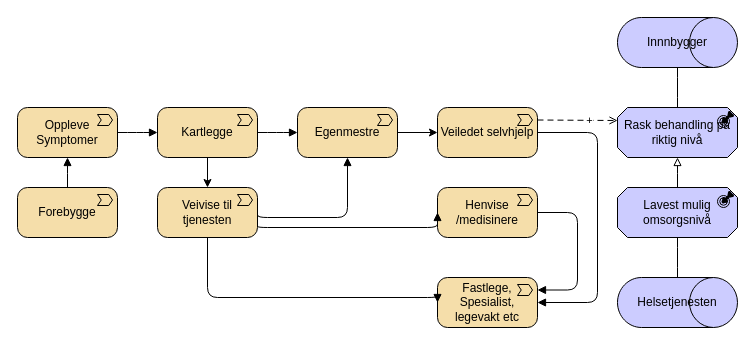
Earlier version of the draw.io diagram page "verdikjede-verdi" (3 of 3) of docs/interessent/value-chain.drawio (hdir/Digital-Forstelinje). Source tidied: cells renumbered, new cells numbered last; positions are measured from the earlier drawing's top-left corner, leaving out a move shared by most shapes. Both pictures are drawn from the tidied source at 100%, with x=0, y=0 at pixel (17, 17).
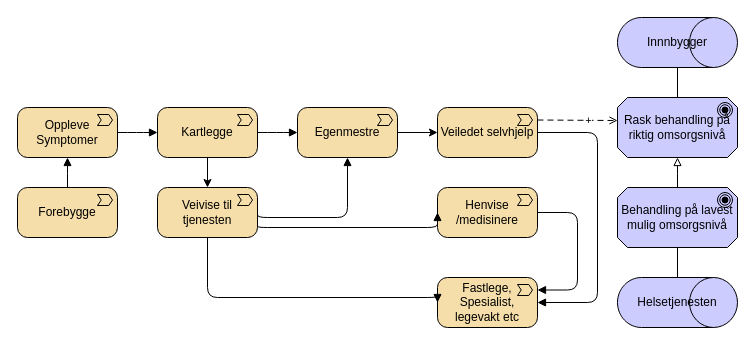
The same page after the edit.

The change refers to these unchanged cells:
```xml
<mxCell id="8" value="Veiledet selvhjelp" style="html=1;outlineConnect=0;whiteSpace=wrap;fillColor=#F5DEAA;shape=mxgraph.archimate3.application;appType=valueStream;archiType=rounded;" parent="1" vertex="1">
  <mxGeometry x="420" y="90" width="100" height="50" as="geometry" />
</mxCell>
```

What changed in the source:
```diff
@@
-    <mxCell id="20" value="Rask behandling på riktig nivå" style="html=1;outlineConnect=0;whiteSpace=wrap;fillColor=#CCCCFF;shape=mxgraph.archimate3.application;appType=outcome;archiType=oct;" parent="1" vertex="1">
-      <mxGeometry x="600" y="90" width="120" height="50" as="geometry" />
+    <mxCell id="20" value="Rask behandling på riktig omsorgsnivå" style="html=1;outlineConnect=0;whiteSpace=wrap;fillColor=#CCCCFF;shape=mxgraph.archimate3.application;appType=goal;archiType=oct;" parent="1" vertex="1">
+      <mxGeometry x="600" y="80" width="120" height="60" as="geometry" />
     </mxCell>
-    <mxCell id="21" value="Lavest mulig omsorgsnivå" style="html=1;outlineConnect=0;whiteSpace=wrap;fillColor=#CCCCFF;shape=mxgraph.archimate3.application;appType=outcome;archiType=oct;" parent="1" vertex="1">
-      <mxGeometry x="600" y="170" width="120" height="50" as="geometry" />
+    <mxCell id="21" value="Behandling på lavest mulig omsorgsnivå" style="html=1;outlineConnect=0;whiteSpace=wrap;fillColor=#CCCCFF;shape=mxgraph.archimate3.application;appType=goal;archiType=oct;" parent="1" vertex="1">
+      <mxGeometry x="600" y="170" width="120" height="60" as="geometry" />
     </mxCell>
@@
-    <mxCell id="27" value="+" style="edgeStyle=elbowEdgeStyle;html=1;endArrow=open;elbow=vertical;endFill=0;dashed=1;dashPattern=6 4;exitX=1;exitY=0.25;exitDx=0;exitDy=0;exitPerimeter=0;entryX=0;entryY=0.25;entryDx=0;entryDy=0;entryPerimeter=0;" parent="1" edge="1" source="8" target="20">
+    <mxCell id="27" value="+" style="edgeStyle=elbowEdgeStyle;html=1;endArrow=open;elbow=vertical;endFill=0;dashed=1;dashPattern=6 4;exitX=1;exitY=0.25;exitDx=0;exitDy=0;exitPerimeter=0;" parent="1" edge="1" source="8" target="20">
       <mxGeometry x="0.25" y="1" relative="1" as="geometry">
         <mxPoint x="1" y="1" as="offset" />
       </mxGeometry>
     </mxCell>
```
